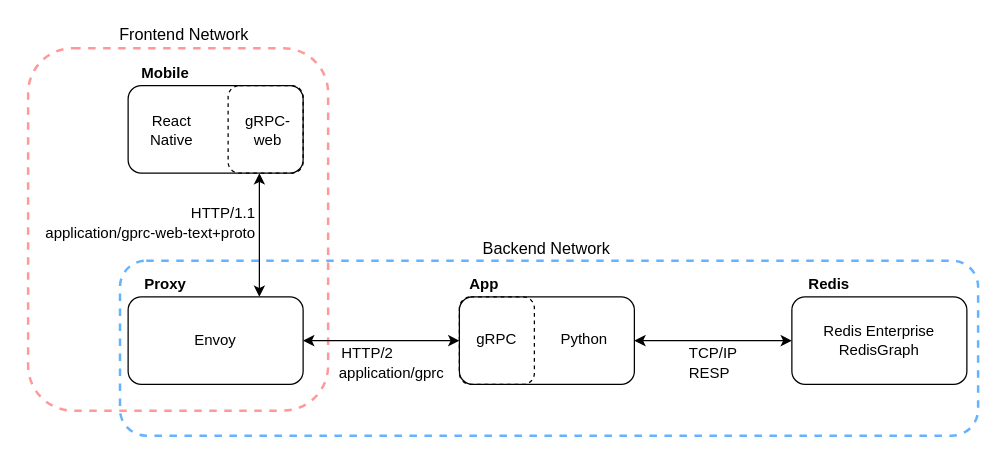
rbaxter1/redis-hackathon-2021 keeps this draw.io diagram as architecture.drawio. Above is the earlier version. Source tidied: cells renumbered, new cells numbered last; positions are measured from the earlier drawing's top-left corner, leaving out a move shared by most shapes. Both pictures are drawn from the tidied source at 125%, with x=0, y=0 at pixel (21, 21).
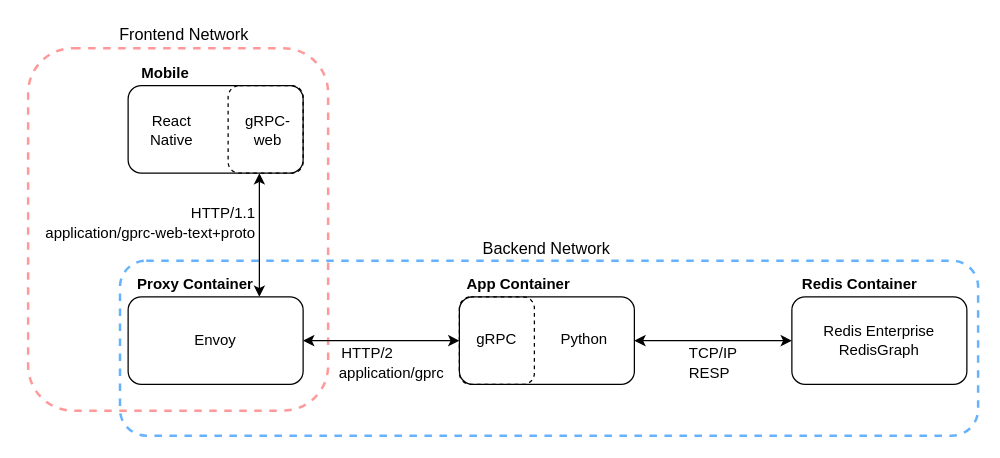
The same page after the edit.

What changed in the source:
```diff
@@
-    <mxCell id="15" value="Proxy" style="text;html=1;strokeColor=none;fillColor=none;align=center;verticalAlign=middle;whiteSpace=wrap;rounded=0;dashed=1;fontStyle=1;" parent="1" vertex="1">
-      <mxGeometry x="95" y="200" width="40" height="20" as="geometry" />
+    <mxCell id="15" value="Proxy Container" style="text;html=1;strokeColor=none;fillColor=none;align=center;verticalAlign=middle;whiteSpace=wrap;rounded=0;dashed=1;fontStyle=1;" parent="1" vertex="1">
+      <mxGeometry x="89" y="200" width="100" height="20" as="geometry" />
     </mxCell>
@@
-    <mxCell id="22" value="App" style="text;html=1;strokeColor=none;fillColor=none;align=center;verticalAlign=middle;whiteSpace=wrap;rounded=0;dashed=1;fontStyle=1;" parent="1" vertex="1">
-      <mxGeometry x="350" y="200" width="40" height="20" as="geometry" />
+    <mxCell id="22" value="App Container" style="text;html=1;strokeColor=none;fillColor=none;align=center;verticalAlign=middle;whiteSpace=wrap;rounded=0;dashed=1;fontStyle=1;" parent="1" vertex="1">
+      <mxGeometry x="350" y="200" width="95" height="20" as="geometry" />
     </mxCell>
@@
-    <mxCell id="26" value="Redis" style="text;html=1;strokeColor=none;fillColor=none;align=center;verticalAlign=middle;whiteSpace=wrap;rounded=0;dashed=1;fontStyle=1;" parent="1" vertex="1">
-      <mxGeometry x="626" y="200" width="40" height="20" as="geometry" />
+    <mxCell id="26" value="Redis Container" style="text;html=1;strokeColor=none;fillColor=none;align=center;verticalAlign=middle;whiteSpace=wrap;rounded=0;dashed=1;fontStyle=1;" parent="1" vertex="1">
+      <mxGeometry x="621" y="200" width="99" height="20" as="geometry" />
     </mxCell>
```
